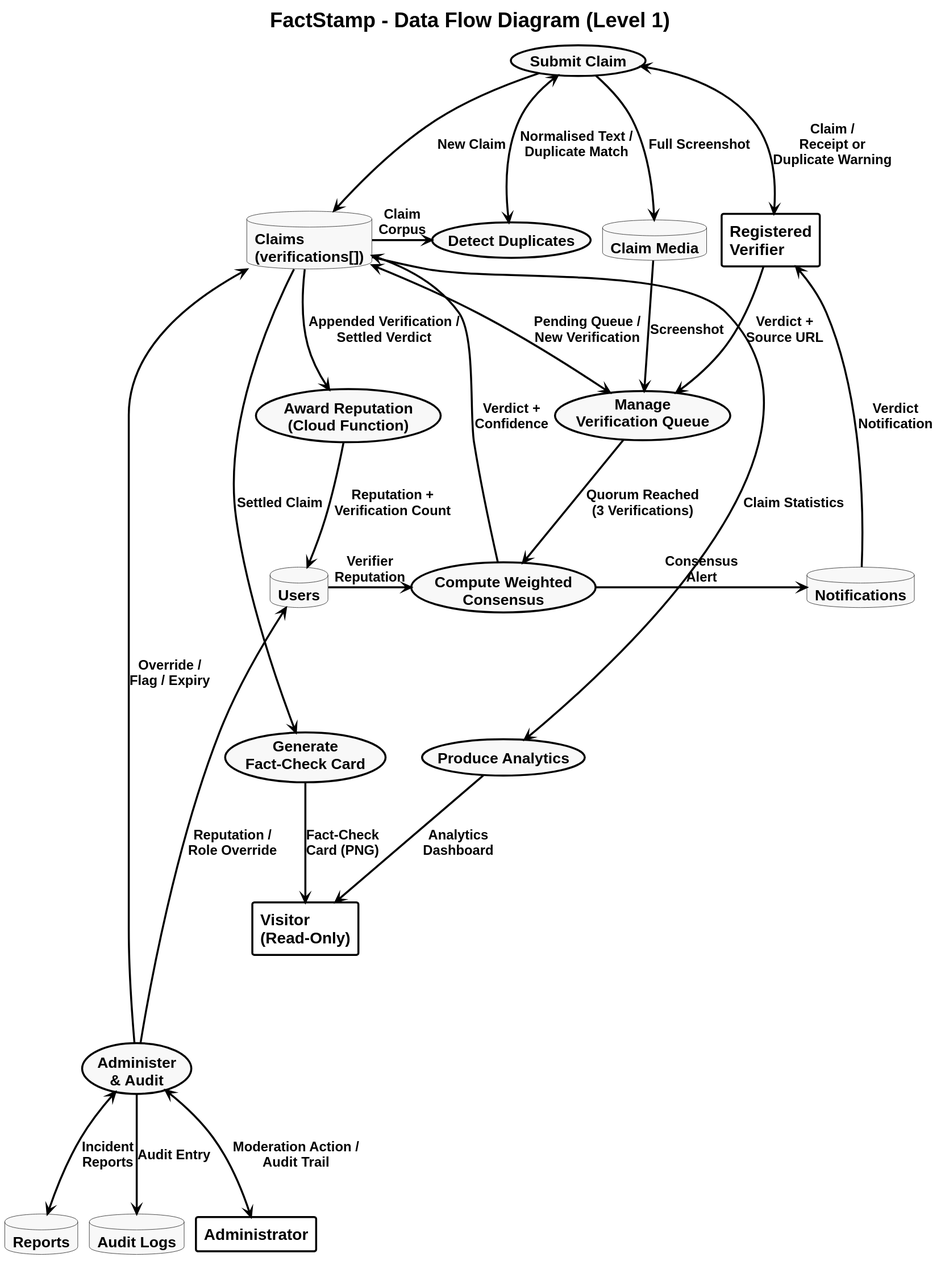
aadish0day/typst keeps this PlantUML diagram as FactStamp/main_blackbook/03_Requirements_and_Analysis/attachments/dfd_level_1.svg. Above is the earlier version.
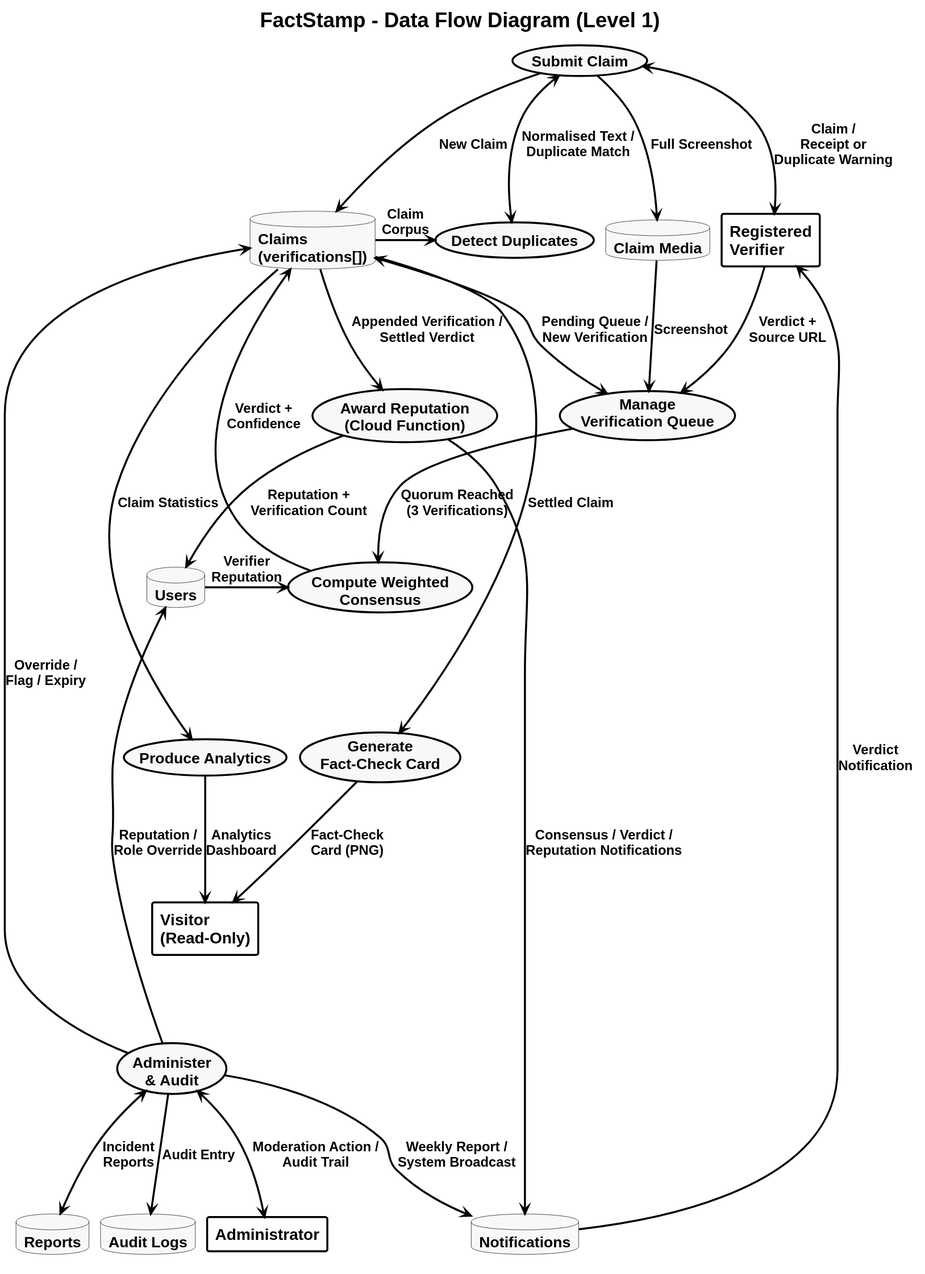
After the change.

Change to the diagram source:
```diff
@@ -71,11 +71,11 @@
 P3  --> P4 : "Quorum Reached\n(3 Verifications)"
 D2  -[norank]-> P4 : "Verifier\nReputation"
 D1 <-- P4 : "Verdict +\nConfidence"
-P4  -right-> D3 : "Consensus\nAlert"
 VER <-- D3 : "Verdict\nNotification"
 
 D1  --> P8 : "Appended Verification /\nSettled Verdict"
 P8  --> D2 : "Reputation +\nVerification Count"
+P8  --> D3 : "Consensus / Verdict /\nReputation Notifications"
 
 D1  --> P5 : "Settled Claim"
 D1  --> P6 : "Claim Statistics"
@@ -85,6 +85,7 @@
 ADM <-up-> P7 : "Moderation Action /\nAudit Trail"
 P7  <--> D4 : "Incident\nReports"
 P7  --> D5 : "Audit Entry"
+P7  --> D3 : "Weekly Report /\nSystem Broadcast"
 D1 <-- P7 : "Override /\nFlag / Expiry"
 D2 <-[norank]- P7 : "Reputation /\nRole Override"
 @enduml
```
